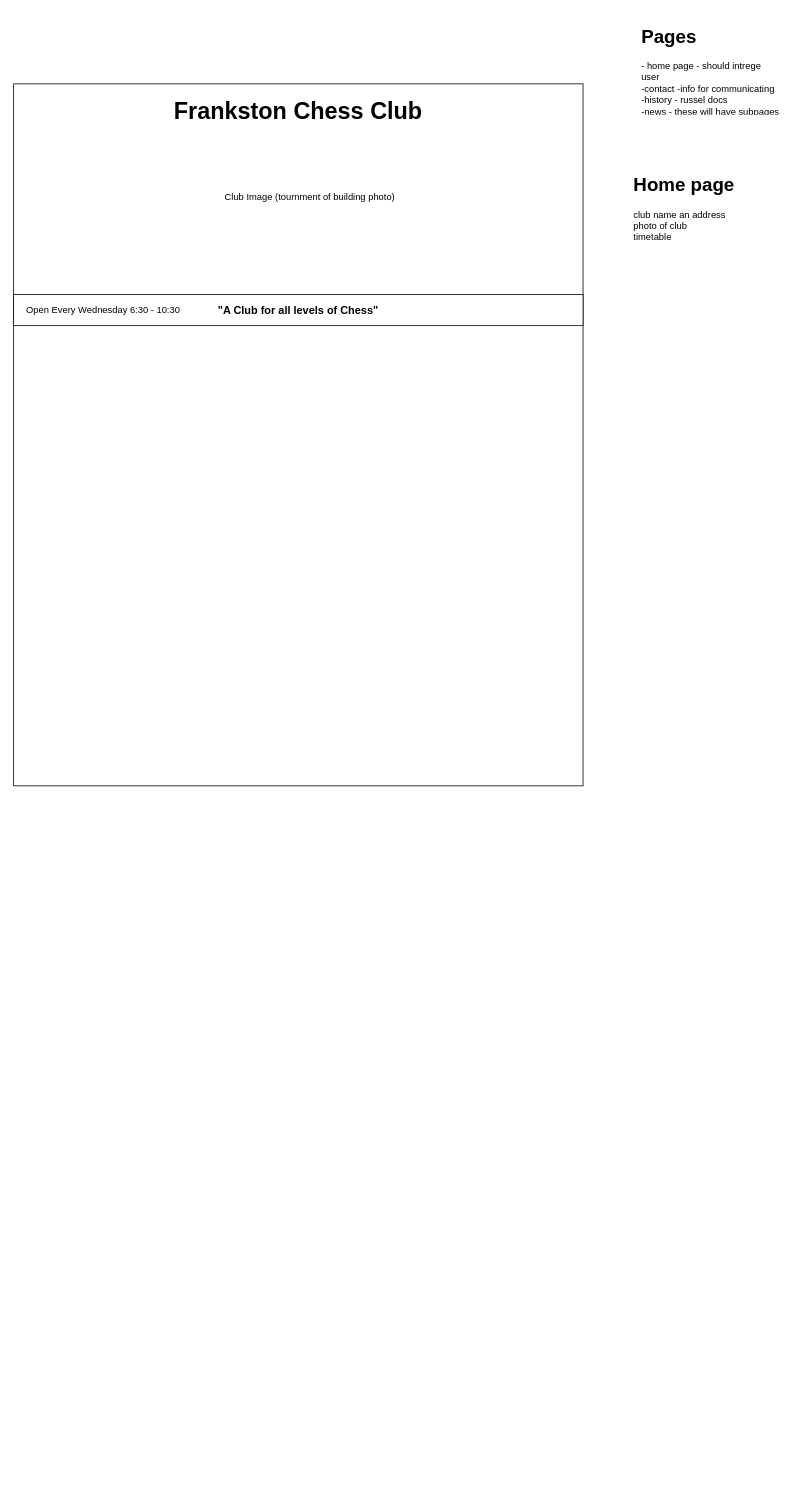
Earlier version of the draw.io diagram WireFrame.drawio (SpeedyDuck790/FCCwebsite). Source tidied: cells renumbered, new cells numbered last; positions are measured from the earlier drawing's top-left corner, leaving out a move shared by most shapes. Both pictures are drawn from the tidied source at 78%, with x=0, y=0 at pixel (13, 21). Pictures stored in the file or linked from it are replaced by grey dashed boxes.
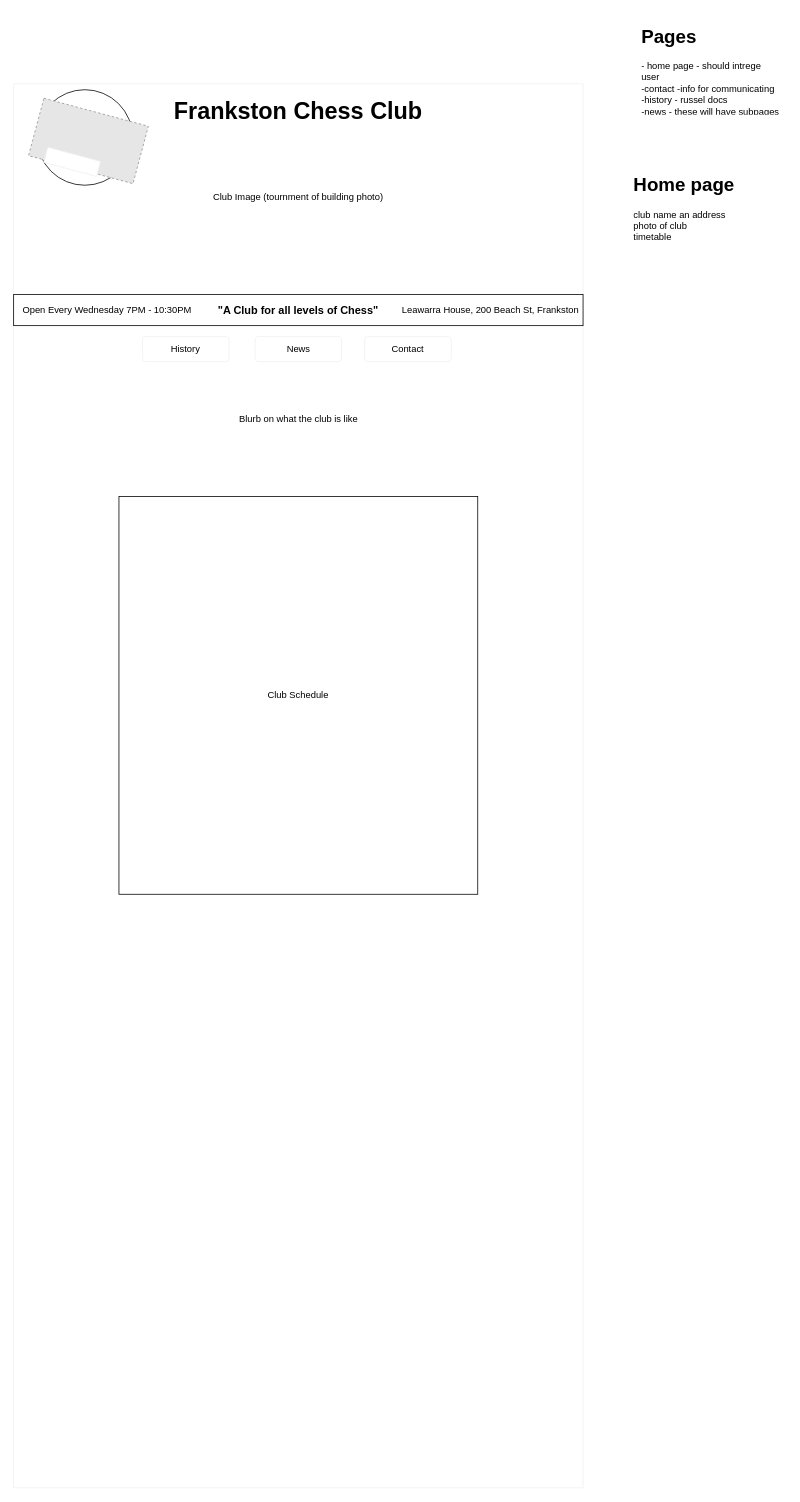
Above is the later version.

Change to the diagram source:
```diff
@@
 <mxGraphModel>
   <root>
     <mxCell id="0" />
     <mxCell id="1" parent="0" />
-    <mxCell id="2" style="rounded=0;whiteSpace=wrap;html=1;glass=0;" parent="1" vertex="1">
-      <mxGeometry y="80" width="730" height="900" as="geometry" />
+    <mxCell id="2" style="rounded=0;whiteSpace=wrap;html=1;glass=0;strokeColor=#F0F0F0;" parent="1" vertex="1">
+      <mxGeometry y="80" width="730" height="1800" as="geometry" />
     </mxCell>
     <mxCell id="3" style="rounded=0;whiteSpace=wrap;html=1;glass=0;shadow=0;" parent="1" vertex="1">
       <mxGeometry y="350" width="730" height="40" as="geometry" />
     </mxCell>
     <mxCell id="4" value="&lt;h1&gt;Pages&amp;nbsp;&lt;/h1&gt;&lt;div&gt;- home page - should intrege&amp;nbsp; user&lt;/div&gt;&lt;div&gt;-contact -info for communicating&amp;nbsp;&lt;/div&gt;&lt;div&gt;-history - russel docs&amp;nbsp;&lt;/div&gt;&lt;div&gt;-news - these will have subpages&lt;/div&gt;" style="text;html=1;strokeColor=none;fillColor=none;spacing=5;spacingTop=-20;whiteSpace=wrap;overflow=hidden;rounded=0;" parent="1" vertex="1">
       <mxGeometry x="800" width="190" height="120" as="geometry" />
     </mxCell>
     <mxCell id="5" value="&lt;h1&gt;Home page&lt;/h1&gt;&lt;div&gt;club name an address&lt;/div&gt;&lt;div&gt;photo of club&lt;/div&gt;&lt;div&gt;timetable&lt;/div&gt;&lt;div&gt;&lt;br&gt;&lt;/div&gt;" style="text;html=1;strokeColor=none;fillColor=none;spacing=5;spacingTop=-20;whiteSpace=wrap;overflow=hidden;rounded=0;" parent="1" vertex="1">
       <mxGeometry x="790" y="190" width="190" height="120" as="geometry" />
     </mxCell>
     <mxCell id="6" value="&lt;b&gt;&lt;font style=&quot;font-size: 30px;&quot;&gt;Frankston Chess Club&lt;/font&gt;&lt;/b&gt;" style="text;html=1;strokeColor=none;fillColor=none;align=center;verticalAlign=middle;whiteSpace=wrap;rounded=0;" parent="1" vertex="1">
       <mxGeometry x="180" y="100" width="370" height="30" as="geometry" />
     </mxCell>
     <mxCell id="7" value="Club Image (tournment of building photo)" style="text;html=1;strokeColor=none;fillColor=none;align=center;verticalAlign=middle;whiteSpace=wrap;rounded=0;" parent="1" vertex="1">
-      <mxGeometry x="230" y="210" width="300" height="30" as="geometry" />
+      <mxGeometry x="215" y="210" width="300" height="30" as="geometry" />
     </mxCell>
     <mxCell id="8" value="&lt;font style=&quot;font-size: 14px;&quot;&gt;&lt;b&gt;&quot;A Club for all levels of Chess&quot;&lt;/b&gt;&lt;/font&gt;" style="text;html=1;strokeColor=none;fillColor=none;align=center;verticalAlign=middle;whiteSpace=wrap;rounded=0;" parent="1" vertex="1">
       <mxGeometry x="260" y="355" width="210" height="30" as="geometry" />
     </mxCell>
-    <mxCell id="9" value="Open Every Wednesday 6:30 - 10:30" style="text;html=1;strokeColor=none;fillColor=none;align=center;verticalAlign=middle;whiteSpace=wrap;rounded=0;" parent="1" vertex="1">
-      <mxGeometry x="10" y="355" width="210" height="30" as="geometry" />
+    <mxCell id="9" value="Open Every Wednesday 7PM - 10:30PM" style="text;html=1;strokeColor=none;fillColor=none;align=center;verticalAlign=middle;whiteSpace=wrap;rounded=0;" parent="1" vertex="1">
+      <mxGeometry x="10" y="355" width="220" height="30" as="geometry" />
     </mxCell>
+    <mxCell id="10" value="&lt;div style=&quot;text-align: start;&quot;&gt;&lt;span style=&quot;background-color: initial; font-size: 0px;&quot;&gt;&lt;font face=&quot;monospace&quot; color=&quot;rgba(0, 0, 0, 0)&quot;&gt;lelea&lt;/font&gt;&lt;/span&gt;&lt;/div&gt;" style="text;html=1;strokeColor=none;fillColor=none;align=center;verticalAlign=middle;whiteSpace=wrap;rounded=0;" parent="1" vertex="1">
+      <mxGeometry x="507" y="355" width="210" height="30" as="geometry" />
+    </mxCell>
+    <mxCell id="11" value="Leawarra House, 200 Beach St, Frankston" style="text;html=1;strokeColor=none;fillColor=none;align=center;verticalAlign=middle;whiteSpace=wrap;rounded=0;" parent="1" vertex="1">
+      <mxGeometry x="493" y="355" width="237" height="30" as="geometry" />
+    </mxCell>
+    <mxCell id="12" value="Club Schedule" style="rounded=0;whiteSpace=wrap;html=1;" parent="1" vertex="1">
+      <mxGeometry x="135" y="609" width="460" height="510" as="geometry" />
+    </mxCell>
+    <mxCell id="13" value="Blurb on what the club is like" style="text;html=1;strokeColor=none;fillColor=none;align=center;verticalAlign=middle;whiteSpace=wrap;rounded=0;" parent="1" vertex="1">
+      <mxGeometry x="127.5" y="470" width="475" height="80" as="geometry" />
+    </mxCell>
+    <mxCell id="14" style="ellipse;whiteSpace=wrap;html=1;" parent="1" vertex="1">
+      <mxGeometry x="30" y="87.5" width="122.5" height="122.5" as="geometry" />
+    </mxCell>
+    <mxCell id="15" style="fillColor=#E6E6E6;strokeColor=#999999;dashed=1;verticalLabelPosition=bottom;labelBackgroundColor=default;verticalAlign=top;rotation=15;" parent="1" vertex="1">
+      <mxGeometry x="26.6" y="115.1" width="138.6" height="76.2" as="geometry" />
+    </mxCell>
+    <mxCell id="16" style="rounded=0;whiteSpace=wrap;html=1;strokeColor=#F0F0F0;rotation=15;" parent="1" vertex="1">
+      <mxGeometry x="40" y="170" width="70" height="20" as="geometry" />
+    </mxCell>
+    <mxCell id="17" value="News" style="rounded=1;whiteSpace=wrap;html=1;strokeColor=#F0F0F0;" parent="1" vertex="1">
+      <mxGeometry x="309.5" y="403.8" width="111" height="32.5" as="geometry" />
+    </mxCell>
+    <mxCell id="18" value="History" style="rounded=1;whiteSpace=wrap;html=1;strokeColor=#F0F0F0;" parent="1" vertex="1">
+      <mxGeometry x="165.2" y="403.8" width="111" height="32.5" as="geometry" />
+    </mxCell>
+    <mxCell id="19" value="Contact" style="rounded=1;whiteSpace=wrap;html=1;strokeColor=#F0F0F0;" parent="1" vertex="1">
+      <mxGeometry x="450" y="403.8" width="111" height="32.5" as="geometry" />
+    </mxCell>
   </root>
 </mxGraphModel>
```
